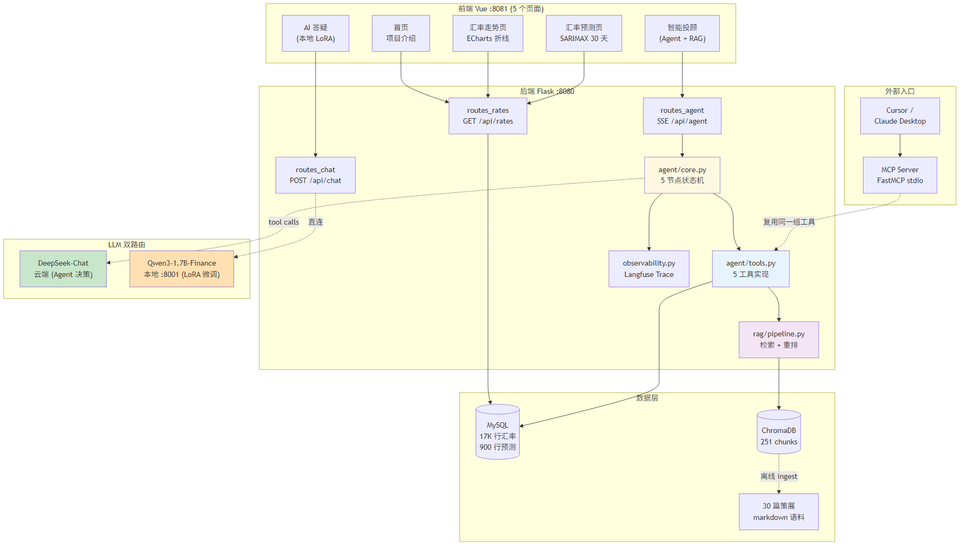
Earlier version of the Mermaid export docs/diagrams/project_overview.png (xzzzzc217/compass-fx-pulse). Its source is kept beside it as docs/diagrams/project_overview.mmd. Its diagram source:
```mermaid
graph TB
    subgraph UI["前端 Vue :8081 (5 个页面)"]
        Home["首页<br/>项目介绍"]
        Trend["汇率走势页<br/>ECharts 折线"]
        Forecast["汇率预测页<br/>SARIMAX 30 天"]
        AgentUI["智能投顾<br/>(Agent + RAG)"]
        ChatUI["AI 答疑<br/>(本地 LoRA)"]
    end

    subgraph Backend["后端 Flask :8080"]
        direction TB
        RoutesAgent["routes_agent<br/>SSE /api/agent"]
        RoutesChat["routes_chat<br/>POST /api/chat"]
        RoutesRates["routes_rates<br/>GET /api/rates"]
        AgentCore["agent/core.py<br/>5 节点状态机"]
        ToolsLayer["agent/tools.py<br/>5 工具实现"]
        RAGLayer["rag/pipeline.py<br/>检索 + 重排"]
        Obs["observability.py<br/>Langfuse Trace"]
    end

    subgraph LLMRoute["LLM 双路由"]
        DeepSeek["DeepSeek-Chat<br/>云端 (Agent 决策)"]
        LoRA["Qwen3-1.7B-Finance<br/>本地 :8001 (LoRA 微调)"]
    end

    subgraph DataStore["数据层"]
        MySQL[("MySQL<br/>17K 行汇率<br/>900 行预测")]
        Chroma[("ChromaDB<br/>251 chunks")]
        Corpus["30 篇策展<br/>markdown 语料"]
    end

    subgraph External["外部入口"]
        IDE["Cursor /<br/>Claude Desktop"]
        MCPSrv["MCP Server<br/>FastMCP stdio"]
    end

    Home --> RoutesRates
    Trend --> RoutesRates
    Forecast --> RoutesRates
    AgentUI --> RoutesAgent
    ChatUI --> RoutesChat

    RoutesAgent --> AgentCore
    RoutesChat -.直连.-> LoRA
    RoutesRates --> MySQL

    AgentCore --> ToolsLayer
    AgentCore --> Obs
    AgentCore -.tool calls.-> DeepSeek

    ToolsLayer --> RAGLayer
    ToolsLayer --> MySQL
    RAGLayer --> Chroma
    Chroma -.离线 ingest.-> Corpus

    IDE --> MCPSrv
    MCPSrv -.复用同一组工具.-> ToolsLayer

    style AgentCore fill:#fff8e1
    style ToolsLayer fill:#e8f4fd
    style RAGLayer fill:#f3e5f5
    style DeepSeek fill:#c8e6c9
    style LoRA fill:#ffe0b2
```
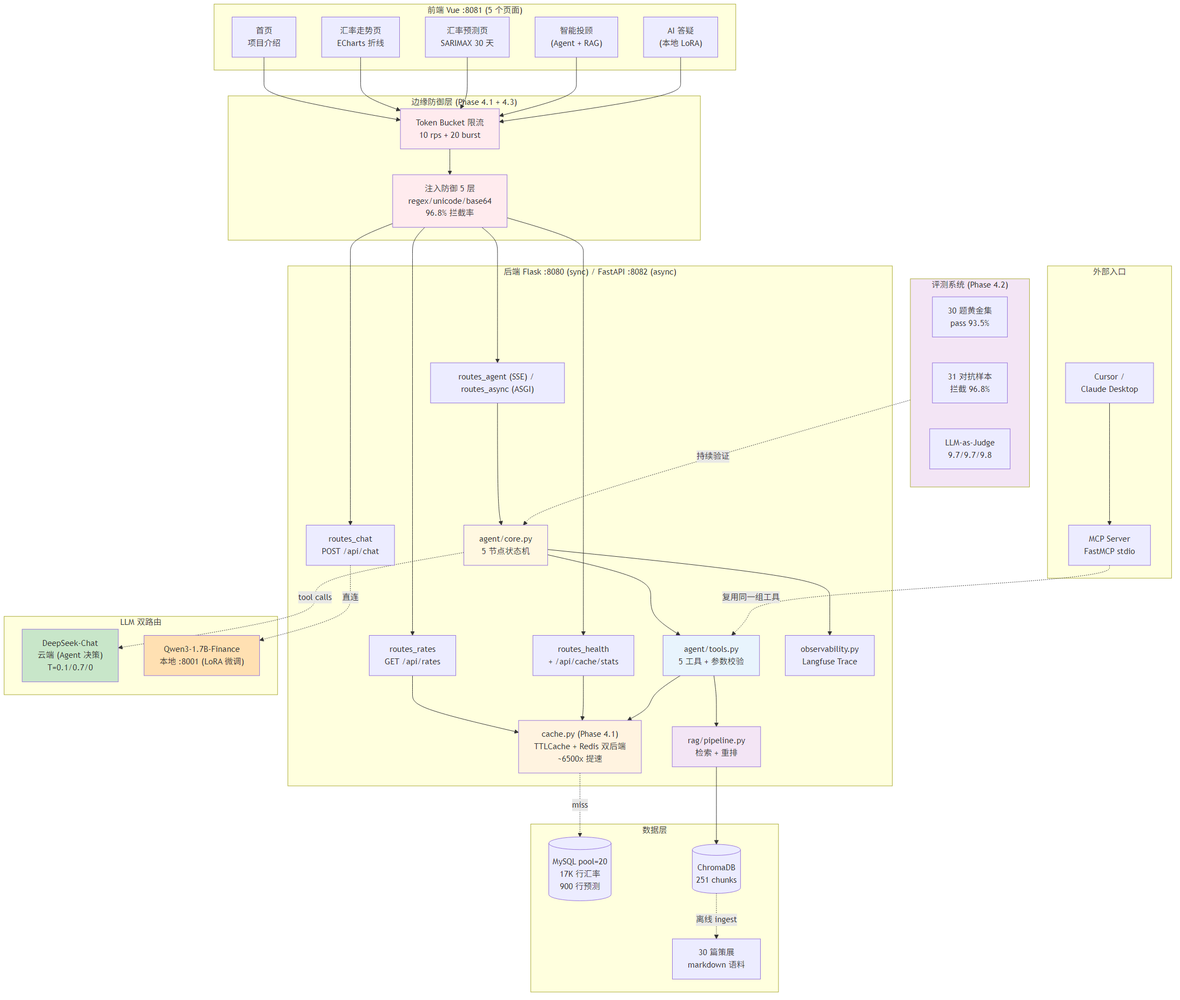
Later version of the same file.

Commit message:
docs: backend foundation primer + missing 面经题 + Phase 4 in架构图

The edit, as a diff of the source:
```diff
@@ -7,24 +7,38 @@
         ChatUI["AI 答疑<br/>(本地 LoRA)"]
     end
 
-    subgraph Backend["后端 Flask :8080"]
+    subgraph Defense["边缘防御层 (Phase 4.1 + 4.3)"]
+        direction LR
+        RL["Token Bucket 限流<br/>10 rps + 20 burst"]
+        Guard["注入防御 5 层<br/>regex/unicode/base64<br/>96.8% 拦截率"]
+    end
+
+    subgraph Backend["后端 Flask :8080 (sync) / FastAPI :8082 (async)"]
         direction TB
-        RoutesAgent["routes_agent<br/>SSE /api/agent"]
+        RoutesAgent["routes_agent (SSE) / routes_async (ASGI)"]
         RoutesChat["routes_chat<br/>POST /api/chat"]
         RoutesRates["routes_rates<br/>GET /api/rates"]
+        RoutesHealth["routes_health<br/>+ /api/cache/stats"]
         AgentCore["agent/core.py<br/>5 节点状态机"]
-        ToolsLayer["agent/tools.py<br/>5 工具实现"]
+        ToolsLayer["agent/tools.py<br/>5 工具 + 参数校验"]
+        CacheLayer["cache.py (Phase 4.1)<br/>TTLCache + Redis 双后端<br/>~6500x 提速"]
         RAGLayer["rag/pipeline.py<br/>检索 + 重排"]
         Obs["observability.py<br/>Langfuse Trace"]
     end
 
+    subgraph EvalSys["评测系统 (Phase 4.2)"]
+        Golden["30 题黄金集<br/>pass 93.5%"]
+        Adv["31 对抗样本<br/>拦截 96.8%"]
+        Judge["LLM-as-Judge<br/>9.7/9.7/9.8"]
+    end
+
     subgraph LLMRoute["LLM 双路由"]
-        DeepSeek["DeepSeek-Chat<br/>云端 (Agent 决策)"]
+        DeepSeek["DeepSeek-Chat<br/>云端 (Agent 决策)<br/>T=0.1/0.7/0"]
         LoRA["Qwen3-1.7B-Finance<br/>本地 :8001 (LoRA 微调)"]
     end
 
     subgraph DataStore["数据层"]
-        MySQL[("MySQL<br/>17K 行汇率<br/>900 行预测")]
+        MySQL[("MySQL pool=20<br/>17K 行汇率<br/>900 行预测")]
         Chroma[("ChromaDB<br/>251 chunks")]
         Corpus["30 篇策展<br/>markdown 语料"]
     end
@@ -34,30 +48,43 @@
         MCPSrv["MCP Server<br/>FastMCP stdio"]
     end
 
-    Home --> RoutesRates
-    Trend --> RoutesRates
-    Forecast --> RoutesRates
-    AgentUI --> RoutesAgent
-    ChatUI --> RoutesChat
+    Home --> RL
+    Trend --> RL
+    Forecast --> RL
+    AgentUI --> RL
+    ChatUI --> RL
+    RL --> Guard
+    Guard --> RoutesAgent
+    Guard --> RoutesChat
+    Guard --> RoutesRates
+    Guard --> RoutesHealth
 
     RoutesAgent --> AgentCore
     RoutesChat -.直连.-> LoRA
-    RoutesRates --> MySQL
+    RoutesRates --> CacheLayer
+    RoutesHealth --> CacheLayer
+    CacheLayer -.miss.-> MySQL
 
     AgentCore --> ToolsLayer
     AgentCore --> Obs
     AgentCore -.tool calls.-> DeepSeek
 
+    ToolsLayer --> CacheLayer
     ToolsLayer --> RAGLayer
-    ToolsLayer --> MySQL
     RAGLayer --> Chroma
     Chroma -.离线 ingest.-> Corpus
 
     IDE --> MCPSrv
     MCPSrv -.复用同一组工具.-> ToolsLayer
 
+    EvalSys -.持续验证.-> AgentCore
+
     style AgentCore fill:#fff8e1
     style ToolsLayer fill:#e8f4fd
     style RAGLayer fill:#f3e5f5
+    style CacheLayer fill:#fff3e0
+    style Guard fill:#ffebee
+    style RL fill:#ffebee
+    style EvalSys fill:#f3e5f5
     style DeepSeek fill:#c8e6c9
     style LoRA fill:#ffe0b2
```
